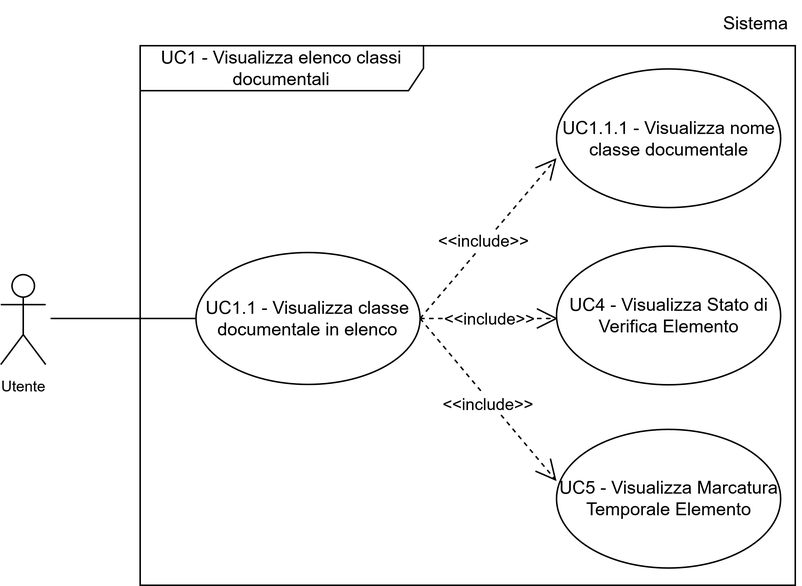
Before: assets/uml/UC1INC.png, a diagram exported from draw.io (7-ZPUs/Docs). Source tidied: cells renumbered, new cells last; positions are measured from the earlier drawing's top-left corner, leaving out a move shared by most shapes. Its diagram source:
```xml
<mxGraphModel>
  <root>
    <mxCell id="0" />
    <mxCell id="1" parent="0" />
    <mxCell id="2" value="&lt;font style=&quot;font-size: 10px;&quot;&gt;Utente&lt;/font&gt;" style="shape=umlActor;verticalLabelPosition=bottom;verticalAlign=top;html=1;" parent="1" vertex="1">
      <mxGeometry y="182.8" width="30" height="60" as="geometry" />
    </mxCell>
    <mxCell id="3" value="&lt;font style=&quot;font-size: 12px;&quot;&gt;Sistema&lt;/font&gt;" style="text;html=1;whiteSpace=wrap;strokeColor=none;fillColor=none;align=center;verticalAlign=middle;rounded=0;fontSize=10;" parent="1" vertex="1">
      <mxGeometry x="474.2" width="60" height="30" as="geometry" />
    </mxCell>
    <mxCell id="4" value="UC1 - Visualizza elenco classi documentali" style="shape=umlFrame;whiteSpace=wrap;html=1;width=189;height=30;" parent="1" vertex="1">
      <mxGeometry x="93" y="30" width="437" height="360" as="geometry" />
    </mxCell>
    <mxCell id="5" value="UC1.1 - Visualizza classe documentale in elenco" style="ellipse;whiteSpace=wrap;html=1;" parent="1" vertex="1">
      <mxGeometry x="130.2" y="168" width="149.5" height="88" as="geometry" />
    </mxCell>
    <mxCell id="6" style="endArrow=none;html=1;rounded=0;entryX=0;entryY=0.5;entryDx=0;entryDy=0;" parent="1" edge="1" target="5">
      <mxGeometry relative="1" as="geometry">
        <mxPoint x="33.2" y="212" as="sourcePoint" />
      </mxGeometry>
    </mxCell>
    <mxCell id="7" value="&amp;lt;&amp;lt;include&amp;gt;&amp;gt;" style="endArrow=open;endSize=12;dashed=1;html=1;rounded=0;exitX=1;exitY=0.5;exitDx=0;exitDy=0;entryX=0;entryY=0.5;entryDx=0;entryDy=0;" parent="1" edge="1" source="5">
      <mxGeometry x="-0.05" y="1" relative="1" as="geometry">
        <mxPoint x="370.8" y="105" as="targetPoint" />
      </mxGeometry>
    </mxCell>
    <mxCell id="8" value="&amp;lt;&amp;lt;include&amp;gt;&amp;gt;" style="endArrow=open;endSize=12;dashed=1;html=1;rounded=0;exitX=1;exitY=0.5;exitDx=0;exitDy=0;entryX=0;entryY=0.5;entryDx=0;entryDy=0;" parent="1" edge="1" source="5">
      <mxGeometry x="-0.01" relative="1" as="geometry">
        <mxPoint x="371.8" y="212" as="targetPoint" />
      </mxGeometry>
    </mxCell>
    <mxCell id="9" value="&amp;lt;&amp;lt;include&amp;gt;&amp;gt;" style="endArrow=open;endSize=12;dashed=1;html=1;rounded=0;exitX=1;exitY=0.5;exitDx=0;exitDy=0;entryX=0;entryY=0.5;entryDx=0;entryDy=0;" parent="1" edge="1" source="5">
      <mxGeometry x="0.04" y="-2" relative="1" as="geometry">
        <mxPoint x="370.8" y="320.5" as="targetPoint" />
      </mxGeometry>
    </mxCell>
    <mxCell id="10" value="UC1.1.1 - Visualizza nome classe documentale" style="ellipse;whiteSpace=wrap;html=1;" parent="1" vertex="1">
      <mxGeometry x="370.8" y="45.5" width="149.5" height="92.5" as="geometry" />
    </mxCell>
    <mxCell id="11" value="UC4 - Visualizza Stato di Verifica Elemento" style="ellipse;whiteSpace=wrap;html=1;" parent="1" vertex="1">
      <mxGeometry x="370.8" y="163.8" width="149.5" height="92.5" as="geometry" />
    </mxCell>
    <mxCell id="12" value="UC5 - Visualizza Marcatura Temporale Elemento" style="ellipse;whiteSpace=wrap;html=1;" parent="1" vertex="1">
      <mxGeometry x="370.8" y="286" width="149.5" height="92.5" as="geometry" />
    </mxCell>
  </root>
</mxGraphModel>
```
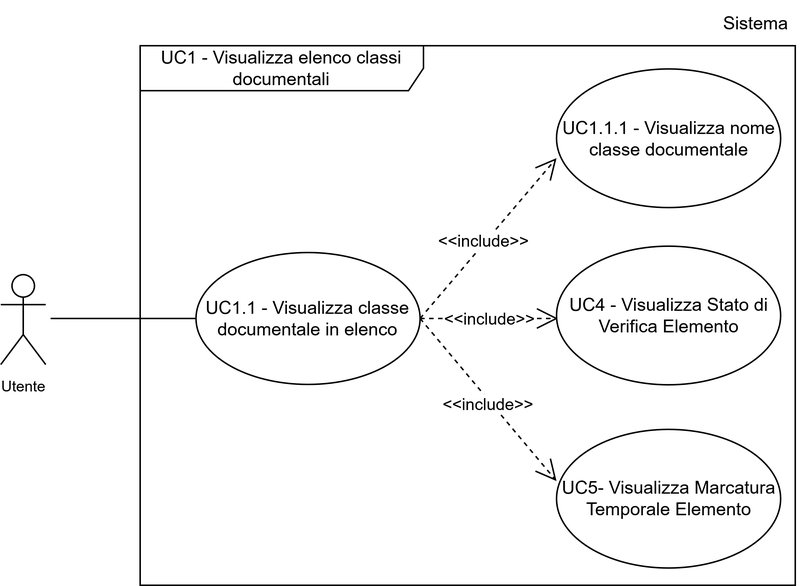
Later version of the same file.

What changed in the source:
```diff
@@ -40,7 +40,7 @@
     <mxCell id="11" value="UC4 - Visualizza Stato di Verifica Elemento" style="ellipse;whiteSpace=wrap;html=1;" parent="1" vertex="1">
       <mxGeometry x="370.8" y="163.8" width="149.5" height="92.5" as="geometry" />
     </mxCell>
-    <mxCell id="12" value="UC5 - Visualizza Marcatura Temporale Elemento" style="ellipse;whiteSpace=wrap;html=1;" parent="1" vertex="1">
+    <mxCell id="12" value="UC5- Visualizza Marcatura Temporale Elemento" style="ellipse;whiteSpace=wrap;html=1;" parent="1" vertex="1">
       <mxGeometry x="370.8" y="286" width="149.5" height="92.5" as="geometry" />
     </mxCell>
   </root>
```
